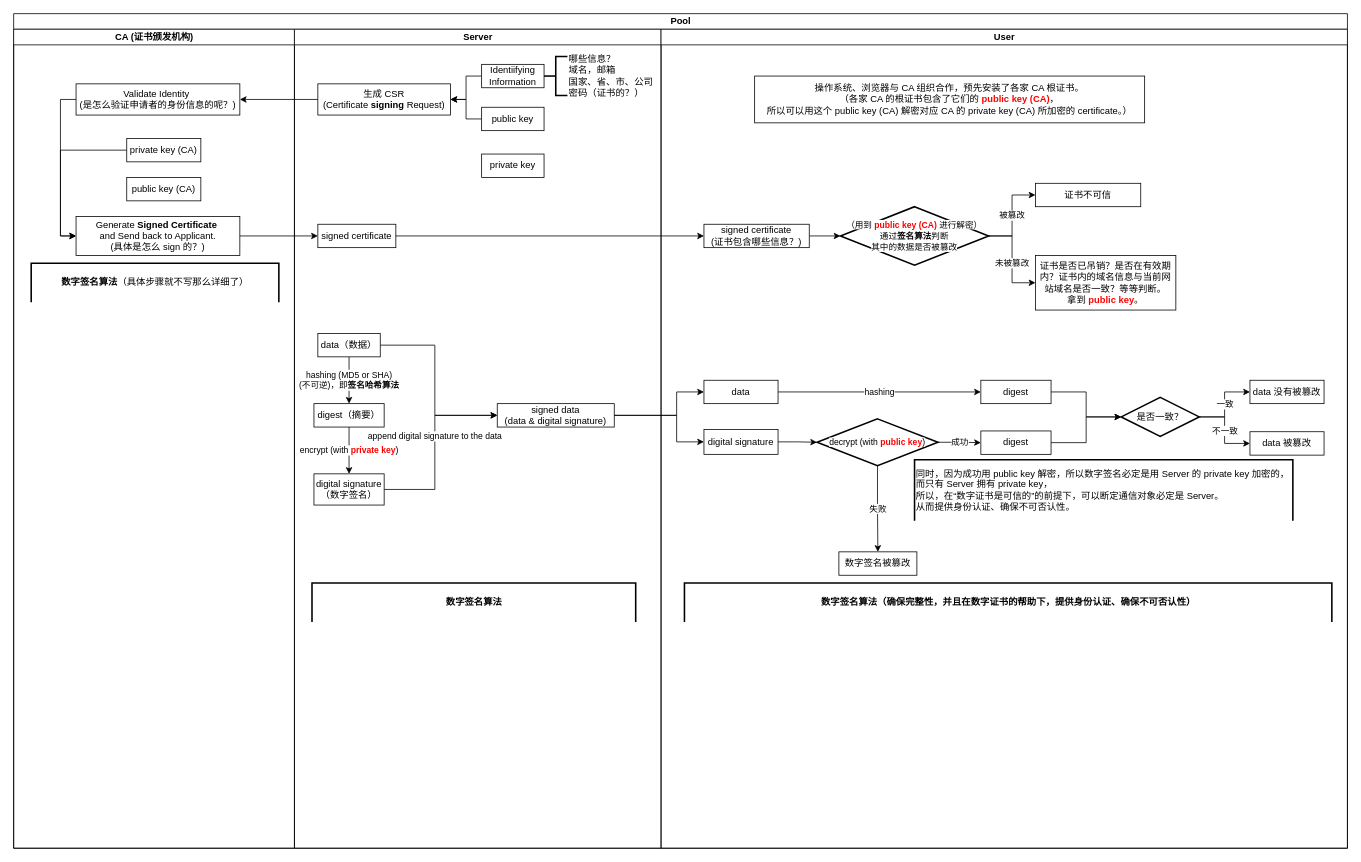
This is HTTPS 与数字签名.drawio from kevinfszu/draw.io-diagram, a draw.io file, before an edit. Source tidied: cells renumbered, new cells numbered last; positions are measured from the earlier drawing's top-left corner, leaving out a move shared by most shapes. Both pictures are drawn from the tidied source at 78%, with x=0, y=0 at pixel (13, 13).
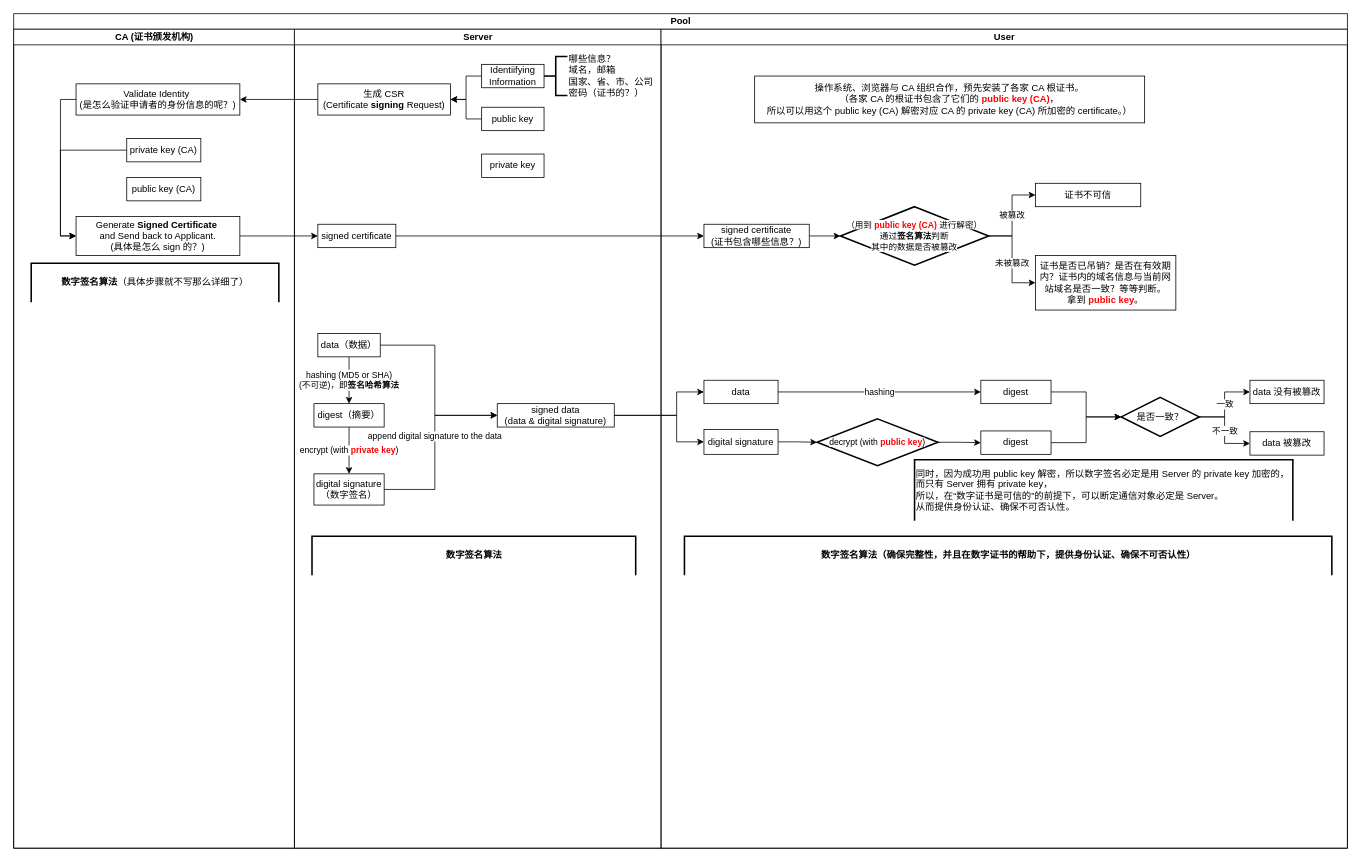
Above is the later version.

Commit message:
更新HTTPS 与数字签名.drawio

The change refers to these unchanged cells:
```xml
<mxCell id="11" value="Server" style="swimlane;html=1;startSize=20;" parent="2" vertex="1">
  <mxGeometry x="360" y="20" width="470" height="1050" as="geometry" />
</mxCell>
<mxCell id="34" value="User" style="swimlane;html=1;startSize=20;" parent="2" vertex="1">
  <mxGeometry x="830" y="20" width="880" height="1050" as="geometry" />
</mxCell>
<mxCell id="42" value="digest" style="whiteSpace=wrap;html=1;" parent="34" vertex="1">
  <mxGeometry x="410" y="515" width="90" height="30" as="geometry" />
</mxCell>
<mxCell id="59" value="&lt;span style=&quot;font-size: 11px ; background-color: rgb(255 , 255 , 255)&quot;&gt;decrypt (with&amp;nbsp;&lt;/span&gt;&lt;b style=&quot;font-size: 11px&quot;&gt;&lt;font color=&quot;#ff0000&quot;&gt;public key&lt;/font&gt;&lt;/b&gt;&lt;span style=&quot;font-size: 11px ; background-color: rgb(255 , 255 , 255)&quot;&gt;)&lt;/span&gt;" style="strokeWidth=2;html=1;shape=mxgraph.flowchart.decision;whiteSpace=wrap;" parent="34" vertex="1">
  <mxGeometry x="200" y="499.5" width="155" height="60" as="geometry" />
</mxCell>
```

The edit, as a diff of the source:
```diff
@@
     <mxCell id="27" value="&lt;b&gt;数字签名算法&lt;/b&gt;" style="strokeWidth=2;html=1;shape=mxgraph.flowchart.annotation_1;align=center;direction=south;" parent="11" vertex="1">
-      <mxGeometry x="22.5" y="710" width="415" height="50" as="geometry" />
+      <mxGeometry x="22.5" y="650" width="415" height="50" as="geometry" />
     </mxCell>
@@
     <mxCell id="56" value="&lt;b&gt;数字签名算法（确保完整性，并且在数字证书的帮助下，&lt;/b&gt;&lt;b&gt;提供身份认证、确保不可否认性）&lt;/b&gt;" style="strokeWidth=2;html=1;shape=mxgraph.flowchart.annotation_1;align=center;direction=south;" parent="34" vertex="1">
-      <mxGeometry x="30" y="710" width="830" height="50" as="geometry" />
+      <mxGeometry x="30" y="650" width="830" height="50" as="geometry" />
     </mxCell>
-    <mxCell id="57" value="成功" style="edgeStyle=orthogonalEdgeStyle;rounded=0;jettySize=auto;html=1;exitX=1;exitY=0.5;exitDx=0;exitDy=0;exitPerimeter=0;entryX=0;entryY=0.5;entryDx=0;entryDy=0;" parent="34" edge="1" source="59" target="42">
+    <mxCell id="57" style="edgeStyle=orthogonalEdgeStyle;rounded=0;jettySize=auto;html=1;exitX=1;exitY=0.5;exitDx=0;exitDy=0;exitPerimeter=0;entryX=0;entryY=0.5;entryDx=0;entryDy=0;" parent="34" edge="1" source="59" target="42">
       <mxGeometry relative="1" as="geometry" />
     </mxCell>
-    <mxCell id="58" value="失败" style="edgeStyle=orthogonalEdgeStyle;rounded=0;jettySize=auto;html=1;exitX=0.5;exitY=1;exitDx=0;exitDy=0;exitPerimeter=0;entryX=0.5;entryY=0;entryDx=0;entryDy=0;" parent="34" edge="1" source="59" target="60">
-      <mxGeometry relative="1" as="geometry" />
-    </mxCell>
@@
-    <mxCell id="60" value="数字签名被篡改" style="whiteSpace=wrap;html=1;" parent="34" vertex="1">
-      <mxGeometry x="228" y="670" width="100" height="30" as="geometry" />
-    </mxCell>
```
